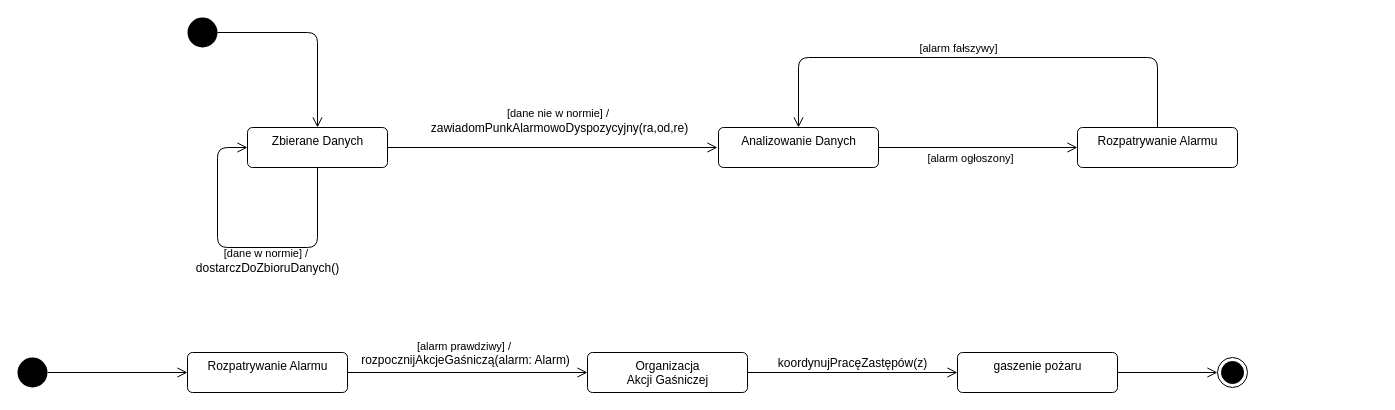
broniuu/projekt_inzynieria keeps this draw.io diagram as page "stany" (4 of 5) of uml_pozar_lasu.drawio. Above is the earlier version. Source tidied: cells renumbered, new cells numbered last; positions are measured from the earlier drawing's top-left corner, leaving out a move shared by most shapes. Both pictures are drawn from the tidied source at 100%, with x=0, y=0 at pixel (17, 17).
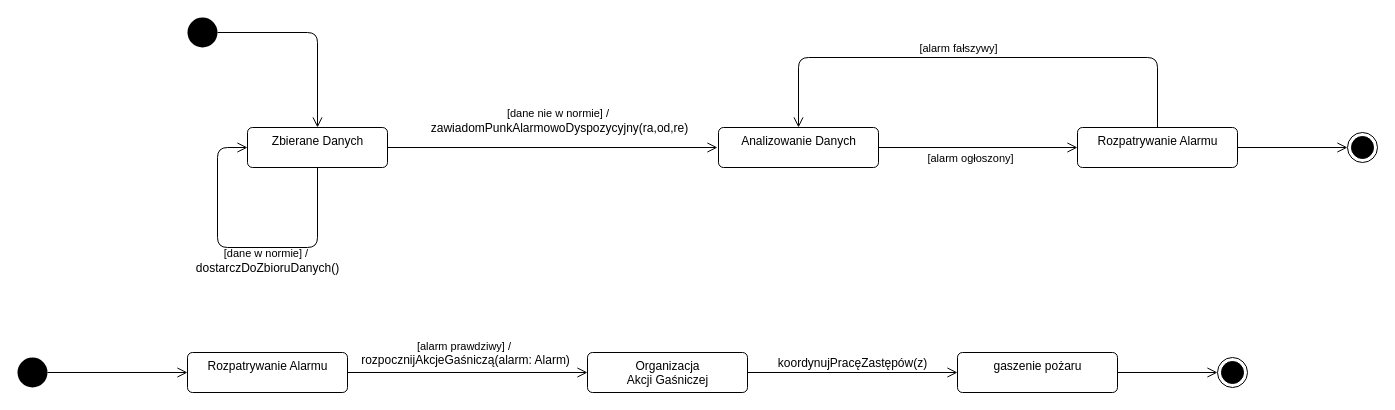
After the change.

The edit, as a diff of the source:
```diff
@@
+    <mxCell id="23" style="ellipse;html=1;shape=endState;fillColor=#000000;strokeColor=#000000;" parent="1" vertex="1">
+      <mxGeometry x="1330" y="115" width="30" height="30" as="geometry" />
+    </mxCell>
+    <mxCell id="24" style="endArrow=open;startArrow=none;endFill=0;startFill=0;endSize=8;html=1;verticalAlign=bottom;labelBackgroundColor=none;strokeWidth=1;entryX=0;entryY=0.5;entryDx=0;entryDy=0;" parent="1" edge="1" target="23">
+      <mxGeometry relative="1" as="geometry">
+        <mxPoint x="1220" y="130" as="sourcePoint" />
+      </mxGeometry>
+    </mxCell>
```
